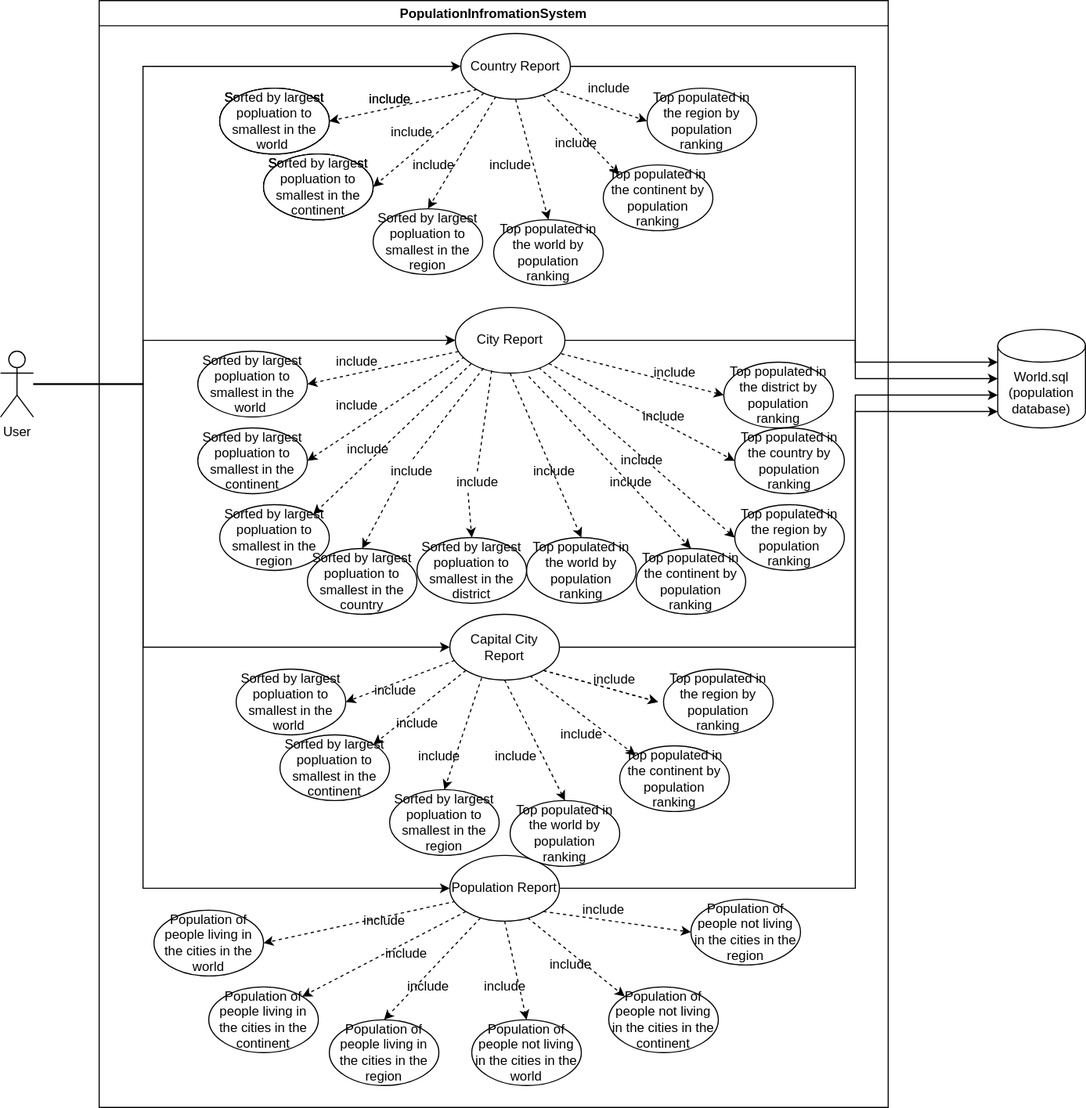
The draw.io diagram Usecase/PopulationInfromationSystem.svg in ChawThiriSoe1779/SET09623Gp2, before a commit. Source tidied: cells renumbered, new cells last; positions are measured from the earlier drawing's top-left corner, leaving out a move shared by most shapes.
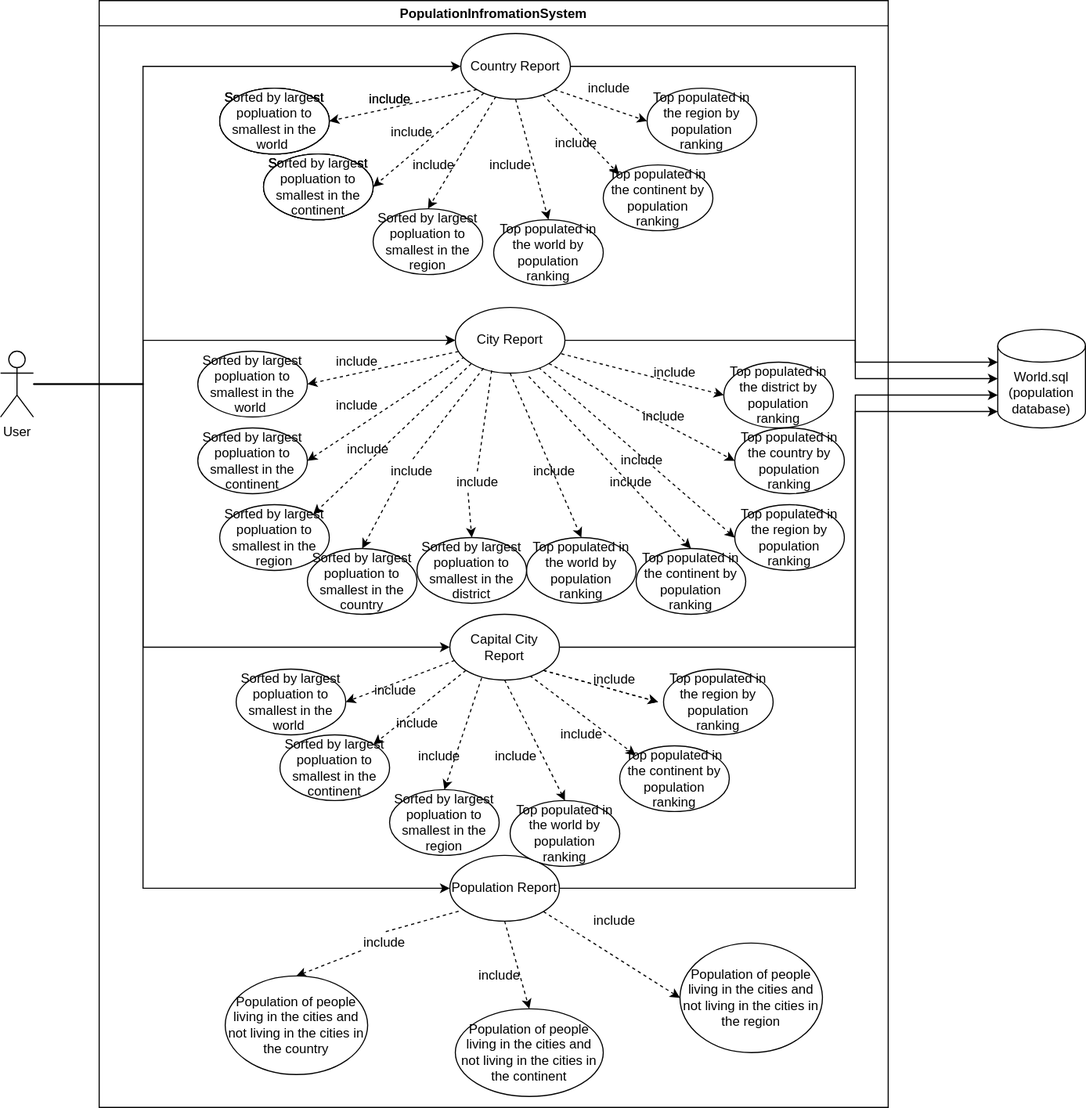
The same file after the commit.

Commit message:
Adding changes in usecase diagram

What changed in the source:
```diff
@@ -79,19 +79,10 @@
     <mxCell id="26" value="Capital City Report" style="ellipse;whiteSpace=wrap;html=1;" parent="2" vertex="1">
       <mxGeometry x="320" y="560" width="100" height="60" as="geometry" />
     </mxCell>
-    <mxCell id="27" style="edgeStyle=none;rounded=0;jettySize=auto;html=1;exitX=0.05;exitY=0.7;exitDx=0;exitDy=0;entryX=1;entryY=0.5;entryDx=0;entryDy=0;dashed=1;fontSize=12;exitPerimeter=0;" parent="2" edge="1" source="33" target="86">
-      <mxGeometry relative="1" as="geometry" />
-    </mxCell>
-    <mxCell id="28" style="edgeStyle=none;rounded=0;jettySize=auto;html=1;exitX=0;exitY=1;exitDx=0;exitDy=0;entryX=1;entryY=0;entryDx=0;entryDy=0;dashed=1;fontSize=12;" parent="2" edge="1" source="33" target="87">
-      <mxGeometry relative="1" as="geometry" />
-    </mxCell>
-    <mxCell id="29" style="edgeStyle=none;rounded=0;jettySize=auto;html=1;exitX=0.28;exitY=0.95;exitDx=0;exitDy=0;entryX=0.5;entryY=0;entryDx=0;entryDy=0;dashed=1;fontSize=12;exitPerimeter=0;" parent="2" edge="1" source="33" target="88">
-      <mxGeometry relative="1" as="geometry" />
-    </mxCell>
-    <mxCell id="30" style="edgeStyle=none;rounded=0;jettySize=auto;html=1;exitX=0.5;exitY=1;exitDx=0;exitDy=0;entryX=0.5;entryY=0;entryDx=0;entryDy=0;dashed=1;fontSize=12;" parent="2" edge="1" source="33" target="89">
+    <mxCell id="30" style="edgeStyle=none;rounded=0;jettySize=auto;html=1;exitX=0.08;exitY=0.85;exitDx=0;exitDy=0;entryX=0.5;entryY=0;entryDx=0;entryDy=0;dashed=1;fontSize=12;exitPerimeter=0;startArrow=none;" parent="2" edge="1" source="94" target="89">
       <mxGeometry relative="1" as="geometry" />
     </mxCell>
-    <mxCell id="31" style="edgeStyle=none;rounded=0;jettySize=auto;html=1;exitX=0.71;exitY=0.95;exitDx=0;exitDy=0;entryX=0;entryY=0;entryDx=0;entryDy=0;dashed=1;fontSize=12;exitPerimeter=0;" parent="2" edge="1" source="33" target="90">
+    <mxCell id="31" style="edgeStyle=none;rounded=0;jettySize=auto;html=1;exitX=0.5;exitY=1;exitDx=0;exitDy=0;entryX=0.5;entryY=0;entryDx=0;entryDy=0;dashed=1;fontSize=12;" parent="2" edge="1" source="33" target="90">
       <mxGeometry relative="1" as="geometry" />
     </mxCell>
     <mxCell id="32" style="edgeStyle=none;rounded=0;jettySize=auto;html=1;exitX=1;exitY=1;exitDx=0;exitDy=0;entryX=0;entryY=0.5;entryDx=0;entryDy=0;dashed=1;fontSize=12;" parent="2" edge="1" source="33" target="91">
@@ -259,41 +250,26 @@
     <mxCell id="85" value="include" style="text;html=1;align=center;verticalAlign=middle;strokeColor=none;fillColor=none;fontSize=12;" parent="2" vertex="1">
       <mxGeometry x="245" y="620" width="50" height="20" as="geometry" />
     </mxCell>
-    <mxCell id="86" value="Population of people living in the cities in the world" style="ellipse;whiteSpace=wrap;html=1;" parent="2" vertex="1">
-      <mxGeometry x="50" y="830" width="100" height="60" as="geometry" />
-    </mxCell>
-    <mxCell id="87" value="Population of people living in the cities in the continent" style="ellipse;whiteSpace=wrap;html=1;" parent="2" vertex="1">
-      <mxGeometry x="100" y="900" width="100" height="60" as="geometry" />
-    </mxCell>
-    <mxCell id="88" value="Population of people living in the cities in the region" style="ellipse;whiteSpace=wrap;html=1;" parent="2" vertex="1">
-      <mxGeometry x="210" y="930" width="100" height="60" as="geometry" />
-    </mxCell>
-    <mxCell id="89" value="Population of people not living in the cities in the world" style="ellipse;whiteSpace=wrap;html=1;" parent="2" vertex="1">
-      <mxGeometry x="340" y="930" width="100" height="60" as="geometry" />
+    <mxCell id="89" value="Population of people living in the cities and not living in the cities in the country" style="ellipse;whiteSpace=wrap;html=1;" parent="2" vertex="1">
+      <mxGeometry x="115" y="890" width="130" height="90" as="geometry" />
     </mxCell>
-    <mxCell id="90" value="Population of people not living in the cities in the continent" style="ellipse;whiteSpace=wrap;html=1;" parent="2" vertex="1">
-      <mxGeometry x="465" y="900" width="100" height="60" as="geometry" />
+    <mxCell id="90" value="Population of people living in the cities and not living in the cities in the continent" style="ellipse;whiteSpace=wrap;html=1;" parent="2" vertex="1">
+      <mxGeometry x="325" y="920" width="135" height="80" as="geometry" />
     </mxCell>
-    <mxCell id="91" value="Population of people not living in the cities in the region" style="ellipse;whiteSpace=wrap;html=1;" parent="2" vertex="1">
-      <mxGeometry x="540" y="820" width="100" height="60" as="geometry" />
+    <mxCell id="91" value="Population of people living in the cities and not living in the cities in the region" style="ellipse;whiteSpace=wrap;html=1;" parent="2" vertex="1">
+      <mxGeometry x="530" y="860" width="130" height="100" as="geometry" />
     </mxCell>
-    <mxCell id="92" value="include" style="text;html=1;align=center;verticalAlign=middle;strokeColor=none;fillColor=none;fontSize=12;" parent="2" vertex="1">
-      <mxGeometry x="255" y="860" width="50" height="20" as="geometry" />
-    </mxCell>
-    <mxCell id="93" value="include" style="text;html=1;align=center;verticalAlign=middle;strokeColor=none;fillColor=none;fontSize=12;" parent="2" vertex="1">
-      <mxGeometry x="275" y="890" width="50" height="20" as="geometry" />
-    </mxCell>
-    <mxCell id="94" value="include" style="text;html=1;align=center;verticalAlign=middle;points=[];strokeColor=none;fillColor=none;fontSize=12;" parent="2" vertex="1">
-      <mxGeometry x="345" y="890" width="50" height="20" as="geometry" />
-    </mxCell>
     <mxCell id="95" value="include" style="text;html=1;align=center;verticalAlign=middle;strokeColor=none;fillColor=none;fontSize=12;" parent="2" vertex="1">
-      <mxGeometry x="405" y="870" width="50" height="20" as="geometry" />
+      <mxGeometry x="340" y="880" width="50" height="20" as="geometry" />
     </mxCell>
     <mxCell id="96" value="include" style="text;html=1;align=center;verticalAlign=middle;strokeColor=none;fillColor=none;fontSize=12;" parent="2" vertex="1">
-      <mxGeometry x="435" y="820" width="50" height="20" as="geometry" />
+      <mxGeometry x="445" y="830" width="50" height="20" as="geometry" />
     </mxCell>
+    <mxCell id="94" value="include" style="text;html=1;align=center;verticalAlign=middle;points=[];strokeColor=none;fillColor=none;fontSize=12;" parent="2" vertex="1">
+      <mxGeometry x="235" y="850" width="50" height="20" as="geometry" />
+    </mxCell>
-    <mxCell id="97" value="include" style="text;html=1;align=center;verticalAlign=middle;strokeColor=none;fillColor=none;fontSize=12;" parent="2" vertex="1">
-      <mxGeometry x="235" y="830" width="50" height="20" as="geometry" />
+    <mxCell id="97" style="edgeStyle=none;rounded=0;jettySize=auto;html=1;exitX=0.08;exitY=0.85;exitDx=0;exitDy=0;entryX=0.5;entryY=0;entryDx=0;entryDy=0;dashed=1;fontSize=12;exitPerimeter=0;endArrow=none;" parent="2" edge="1" source="33" target="94">
+      <mxGeometry relative="1" as="geometry" />
     </mxCell>
     <mxCell id="98" style="edgeStyle=orthogonalEdgeStyle;rounded=0;jettySize=auto;html=1;entryX=0;entryY=0.5;entryDx=0;entryDy=0;" parent="1" edge="1" source="102" target="9">
       <mxGeometry relative="1" as="geometry">
```
